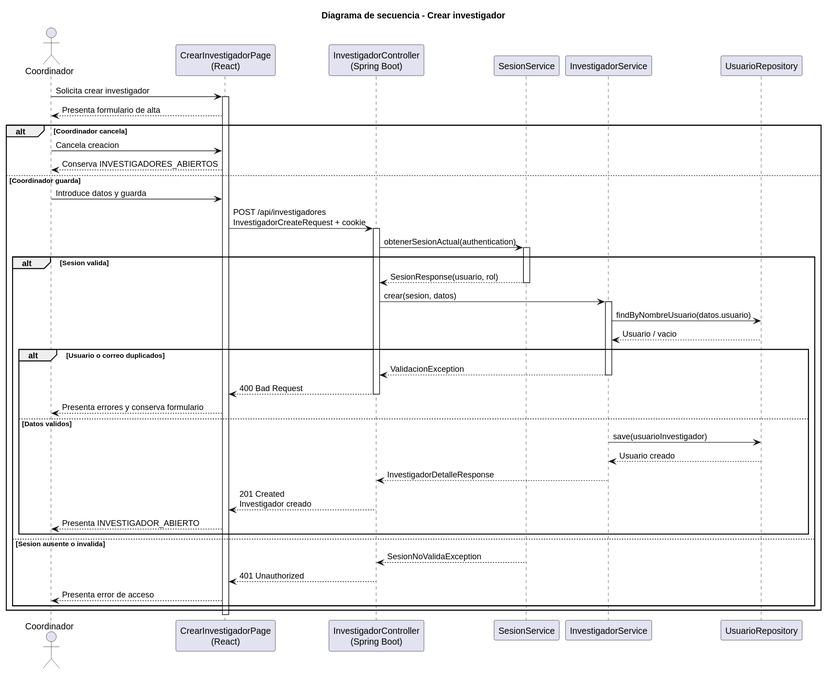
Above: images/RUP/02-diseño/casos-uso/coordinador/crearInvestigador/secuencia.svg in beatriizorozco/25-26-idsw2-sdVC (PlantUML), before the change.
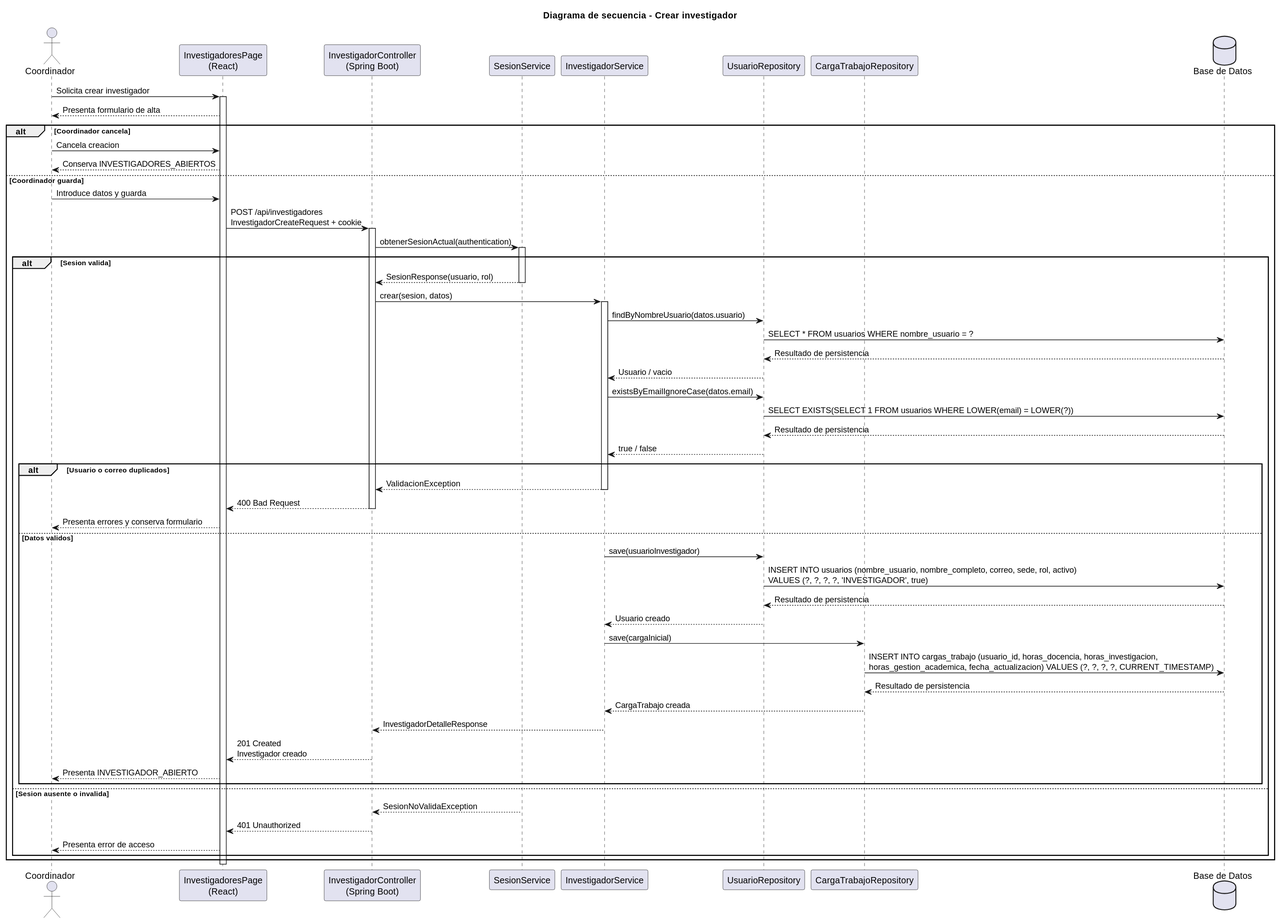
The same diagram one commit later.

The edit, as a diff of the source:
```diff
@@ -2,11 +2,13 @@
 title Diagrama de secuencia - Crear investigador
 
 actor Coordinador
-participant "CrearInvestigadorPage\n(React)" as Frontend
+participant "InvestigadoresPage\n(React)" as Frontend
 participant "InvestigadorController\n(Spring Boot)" as Api
 participant "SesionService" as Sesion
 participant "InvestigadorService" as Service
 participant "UsuarioRepository" as Repo
+participant "CargaTrabajoRepository" as CargaRepo
+database "Base de Datos" as DB
 
 Coordinador -> Frontend: Solicita crear investigador
 activate Frontend
@@ -26,7 +28,13 @@
         Api -> Service: crear(sesion, datos)
         activate Service
         Service -> Repo: findByNombreUsuario(datos.usuario)
+        Repo -> DB: SELECT * FROM usuarios WHERE nombre_usuario = ?
+        DB --> Repo: Resultado de persistencia
         Repo --> Service: Usuario / vacio
+        Service -> Repo: existsByEmailIgnoreCase(datos.email)
+        Repo -> DB: SELECT EXISTS(SELECT 1 FROM usuarios WHERE LOWER(email) = LOWER(?))
+        DB --> Repo: Resultado de persistencia
+        Repo --> Service: true / false
         alt Usuario o correo duplicados
             Service --> Api: ValidacionException
             deactivate Service
@@ -35,7 +43,13 @@
             Frontend --> Coordinador: Presenta errores y conserva formulario
         else Datos validos
             Service -> Repo: save(usuarioInvestigador)
+        Repo -> DB: INSERT INTO usuarios (nombre_usuario, nombre_completo, correo, sede, rol, activo)\nVALUES (?, ?, ?, ?, 'INVESTIGADOR', true)
+            DB --> Repo: Resultado de persistencia
             Repo --> Service: Usuario creado
+            Service -> CargaRepo: save(cargaInicial)
+        CargaRepo -> DB: INSERT INTO cargas_trabajo (usuario_id, horas_docencia, horas_investigacion,\nhoras_gestion_academica, fecha_actualizacion) VALUES (?, ?, ?, ?, CURRENT_TIMESTAMP)
+            DB --> CargaRepo: Resultado de persistencia
+            CargaRepo --> Service: CargaTrabajo creada
             Service --> Api: InvestigadorDetalleResponse
             deactivate Service
             Api --> Frontend: 201 Created\nInvestigador creado
```
